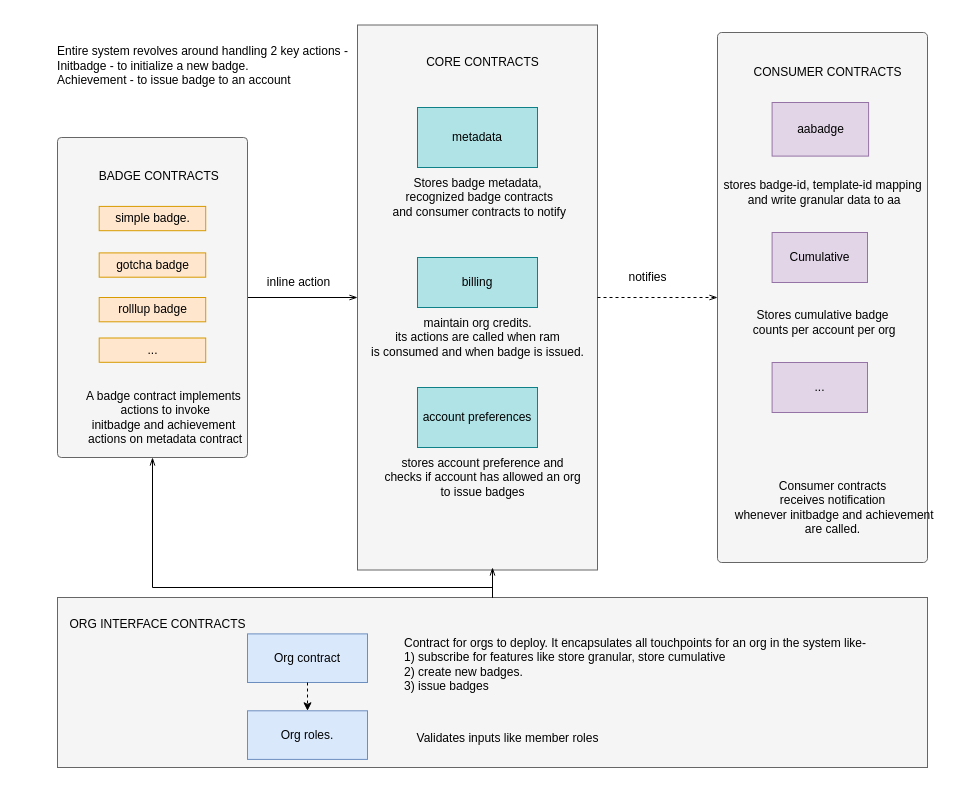
The draw.io diagram eosiobadges.drawio in iamcodingbot/eosiobadges, before the edit. Source tidied: cells renumbered, new cells numbered last; positions are measured from the earlier drawing's top-left corner, leaving out a move shared by most shapes. Both pictures are drawn from the tidied source at 100%, with x=0, y=0 at pixel (47, 25).
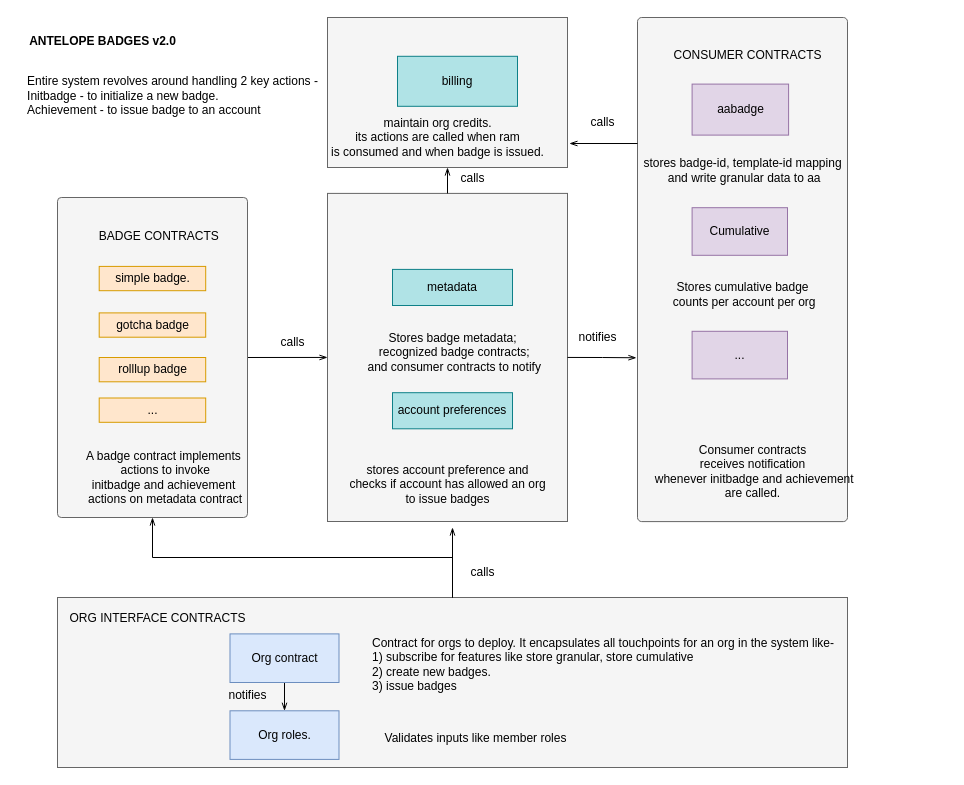
The same diagram, later.

Unchanged cells that the change refers to:
```xml
<mxCell id="5" style="rounded=1;whiteSpace=wrap;html=1;arcSize=2;fillColor=#f5f5f5;fontColor=#333333;strokeColor=#666666;" parent="4" vertex="1">
  <mxGeometry width="190" height="320" as="geometry" />
</mxCell>
```

What changed in the source:
```diff
@@
+    <mxCell id="43" style="rounded=0;whiteSpace=wrap;html=1;glass=0;strokeWidth=1;arcSize=2;fillColor=#f5f5f5;fontColor=#333333;strokeColor=#666666;" parent="1" vertex="1">
+      <mxGeometry x="280" y="-8" width="240" height="150" as="geometry" />
+    </mxCell>
@@
     <mxCell id="3" value="&lt;div style=&quot;text-align: left;&quot;&gt;&lt;span style=&quot;background-color: initial;&quot;&gt;Entire system revolves around handling 2 key actions -&lt;br&gt;Initbadge - to initialize a new badge.&lt;/span&gt;&lt;br&gt;&lt;/div&gt;&lt;div style=&quot;text-align: left;&quot;&gt;&lt;span style=&quot;background-color: initial;&quot;&gt;Achievement - to issue badge to an account&lt;br&gt;&lt;br&gt;&lt;br&gt;&amp;nbsp;&lt;/span&gt;&lt;/div&gt;" style="text;html=1;align=center;verticalAlign=middle;strokeColor=none;fillColor=none;" parent="1" vertex="1">
-      <mxGeometry y="12" width="310" height="100" as="geometry" />
+      <mxGeometry x="-30" y="42" width="310" height="100" as="geometry" />
     </mxCell>
     <mxCell id="4" style="group;" parent="1" vertex="1">
-      <mxGeometry x="10" y="112" width="195.7" height="320" as="geometry" />
+      <mxGeometry x="10" y="172" width="195.7" height="320" as="geometry" />
     </mxCell>
@@
     <mxCell id="12" style="group;" parent="1" vertex="1">
-      <mxGeometry x="670" y="7" width="230" height="530" as="geometry" />
+      <mxGeometry x="590" y="-8" width="230" height="504.1" as="geometry" />
     </mxCell>
     <mxCell id="13" style="rounded=1;whiteSpace=wrap;html=1;glass=0;strokeWidth=1;arcSize=2;fillColor=#f5f5f5;fontColor=#333333;strokeColor=#666666;" parent="12" vertex="1">
-      <mxGeometry width="210" height="530" as="geometry" />
+      <mxGeometry width="210" height="504.1" as="geometry" />
     </mxCell>
     <mxCell id="14" value="aabadge" style="rounded=0;whiteSpace=wrap;html=1;fillColor=#e1d5e7;strokeColor=#9673a6;" parent="12" vertex="1">
-      <mxGeometry x="54.6" y="70" width="96.5" height="53.6" as="geometry" />
+      <mxGeometry x="54.6" y="66.6" width="96.5" height="51" as="geometry" />
     </mxCell>
     <mxCell id="15" value="Cumulative" style="rounded=0;whiteSpace=wrap;html=1;fillColor=#e1d5e7;strokeColor=#9673a6;" parent="12" vertex="1">
-      <mxGeometry x="54.6" y="200" width="95.4" height="50" as="geometry" />
+      <mxGeometry x="54.6" y="190.2" width="95.4" height="47.6" as="geometry" />
     </mxCell>
     <mxCell id="16" value="stores badge-id, template-id mapping&lt;br&gt;&amp;nbsp;and write granular data to aa" style="text;html=1;align=center;verticalAlign=middle;strokeColor=none;fillColor=none;" parent="12" vertex="1">
-      <mxGeometry x="-5" y="140" width="220" height="40" as="geometry" />
+      <mxGeometry x="-5" y="133.1" width="220" height="40" as="geometry" />
     </mxCell>
     <mxCell id="17" value="Stores cumulative badge&lt;br&gt;&amp;nbsp;counts per account per org" style="text;html=1;align=center;verticalAlign=middle;strokeColor=none;fillColor=none;" parent="12" vertex="1">
-      <mxGeometry x="20" y="270" width="170" height="40" as="geometry" />
+      <mxGeometry x="20" y="256.8" width="170" height="40" as="geometry" />
     </mxCell>
     <mxCell id="18" value="CONSUMER CONTRACTS" style="text;html=1;align=center;verticalAlign=middle;strokeColor=none;fillColor=none;" parent="12" vertex="1">
-      <mxGeometry x="25.2" y="24.7" width="170" height="30" as="geometry" />
+      <mxGeometry x="25.2" y="23.4" width="170" height="30" as="geometry" />
     </mxCell>
     <mxCell id="19" value="&lt;span style=&quot;&quot;&gt;Consumer contracts &lt;br&gt;receives notification&lt;br&gt;&amp;nbsp;whenever initbadge and achievement &lt;br&gt;are called.&lt;/span&gt;" style="text;html=1;align=center;verticalAlign=middle;strokeColor=none;fillColor=none;" parent="12" vertex="1">
-      <mxGeometry y="440" width="230" height="70" as="geometry" />
+      <mxGeometry y="418.5" width="230" height="70" as="geometry" />
     </mxCell>
     <mxCell id="20" value="..." style="rounded=0;whiteSpace=wrap;html=1;fillColor=#e1d5e7;strokeColor=#9673a6;" parent="12" vertex="1">
-      <mxGeometry x="54.6" y="330" width="95.4" height="50" as="geometry" />
+      <mxGeometry x="54.6" y="313.8" width="95.4" height="47.6" as="geometry" />
     </mxCell>
     <mxCell id="21" style="group;" parent="1" vertex="1">
-      <mxGeometry x="310" y="-0.5" width="240" height="545" as="geometry" />
+      <mxGeometry x="280" y="167.9" width="240" height="328.1" as="geometry" />
     </mxCell>
     <mxCell id="22" style="rounded=0;whiteSpace=wrap;html=1;glass=0;strokeWidth=1;arcSize=2;fillColor=#f5f5f5;fontColor=#333333;strokeColor=#666666;" parent="21" vertex="1">
-      <mxGeometry width="240" height="545" as="geometry" />
+      <mxGeometry width="240" height="328.1" as="geometry" />
     </mxCell>
     <mxCell id="23" value="account preferences" style="rounded=0;whiteSpace=wrap;html=1;fillColor=#b0e3e6;strokeColor=#0e8088;" parent="21" vertex="1">
-      <mxGeometry x="60" y="362.5" width="120" height="60" as="geometry" />
+      <mxGeometry x="65" y="199.3" width="120" height="36.1" as="geometry" />
     </mxCell>
     <mxCell id="24" value="stores account preference and&lt;br&gt;&amp;nbsp;checks if account has allowed an org&amp;nbsp;&lt;br&gt;to issue badges" style="text;html=1;align=center;verticalAlign=middle;strokeColor=none;fillColor=none;" parent="21" vertex="1">
-      <mxGeometry x="10" y="422.5" width="230" height="60" as="geometry" />
+      <mxGeometry x="5" y="261" width="230" height="60" as="geometry" />
     </mxCell>
-    <mxCell id="25" value="maintain org credits. &lt;br&gt;its actions are called when ram&lt;br&gt;is consumed and when badge is issued." style="text;html=1;align=center;verticalAlign=middle;strokeColor=none;fillColor=none;" parent="21" vertex="1">
-      <mxGeometry y="282.5" width="240" height="60" as="geometry" />
-    </mxCell>
-    <mxCell id="26" value="billing" style="rounded=0;whiteSpace=wrap;html=1;fillColor=#b0e3e6;strokeColor=#0e8088;" parent="21" vertex="1">
-      <mxGeometry x="60" y="232.5" width="120" height="50" as="geometry" />
-    </mxCell>
     <mxCell id="27" value="metadata" style="rounded=0;whiteSpace=wrap;html=1;glass=0;strokeWidth=1;fillColor=#b0e3e6;strokeColor=#0e8088;" parent="21" vertex="1">
-      <mxGeometry x="60" y="82.5" width="120" height="60" as="geometry" />
+      <mxGeometry x="65" y="76" width="120" height="36.1" as="geometry" />
     </mxCell>
-    <mxCell id="28" value="Stores badge metadata,&lt;br&gt;&amp;nbsp;recognized badge contracts&lt;br&gt;&amp;nbsp;and consumer contracts to notify" style="text;html=1;align=center;verticalAlign=middle;strokeColor=none;fillColor=none;" parent="21" vertex="1">
-      <mxGeometry x="20" y="142.5" width="200" height="60" as="geometry" />
+    <mxCell id="28" value="Stores badge metadata;&lt;br&gt;&amp;nbsp;recognized badge contracts;&lt;br&gt;&amp;nbsp;and consumer contracts to notify" style="text;html=1;align=center;verticalAlign=middle;strokeColor=none;fillColor=none;" parent="21" vertex="1">
+      <mxGeometry x="25" y="128.8" width="200" height="60" as="geometry" />
     </mxCell>
-    <mxCell id="29" value="CORE CONTRACTS" style="text;html=1;align=center;verticalAlign=middle;strokeColor=none;fillColor=none;" parent="21" vertex="1">
-      <mxGeometry x="55" y="22.5" width="140" height="30" as="geometry" />
-    </mxCell>
-    <mxCell id="30" value="inline action" style="text;html=1;align=center;verticalAlign=middle;strokeColor=none;fillColor=none;" parent="1" vertex="1">
-      <mxGeometry x="205.7" y="242" width="90" height="30" as="geometry" />
+    <mxCell id="30" value="calls" style="text;html=1;align=center;verticalAlign=middle;strokeColor=none;fillColor=none;" parent="1" vertex="1">
+      <mxGeometry x="220" y="302" width="50" height="30" as="geometry" />
     </mxCell>
-    <mxCell id="31" style="edgeStyle=orthogonalEdgeStyle;rounded=0;jettySize=auto;html=1;exitX=1;exitY=0.5;exitDx=0;exitDy=0;entryX=0;entryY=0.5;entryDx=0;entryDy=0;dashed=1;endArrow=openThin;endFill=0;strokeWidth=1;" parent="1" edge="1" source="22" target="13">
-      <mxGeometry relative="1" as="geometry" />
-    </mxCell>
-    <mxCell id="32" value="notifies" style="text;html=1;align=center;verticalAlign=middle;strokeColor=none;fillColor=none;" parent="1" vertex="1">
-      <mxGeometry x="570" y="237" width="60" height="30" as="geometry" />
-    </mxCell>
     <mxCell id="33" style="group;fillColor=#f5f5f5;fontColor=#333333;strokeColor=#666666;" parent="1" vertex="1">
-      <mxGeometry x="10" y="572" width="870" height="170" as="geometry" />
+      <mxGeometry x="10" y="572" width="790" height="170" as="geometry" />
     </mxCell>
     <mxCell id="34" style="rounded=0;whiteSpace=wrap;html=1;glass=0;strokeWidth=1;fillColor=#f5f5f5;fontColor=#333333;strokeColor=#666666;" parent="33" vertex="1">
-      <mxGeometry width="870" height="170" as="geometry" />
+      <mxGeometry width="790" height="170" as="geometry" />
     </mxCell>
+    <mxCell id="40" style="edgeStyle=orthogonalEdgeStyle;rounded=0;jettySize=auto;html=1;exitX=0.5;exitY=1;exitDx=0;exitDy=0;entryX=0.5;entryY=0;entryDx=0;entryDy=0;endArrow=openThin;endFill=0;strokeWidth=1;" parent="33" edge="1" source="35" target="36">
+      <mxGeometry relative="1" as="geometry" />
+    </mxCell>
     <mxCell id="35" value="Org contract" style="rounded=0;whiteSpace=wrap;html=1;fillColor=#dae8fc;strokeColor=#6c8ebf;" parent="33" vertex="1">
-      <mxGeometry x="190" y="36.4" width="120" height="48.6" as="geometry" />
+      <mxGeometry x="172.5" y="36.4" width="109" height="48.6" as="geometry" />
     </mxCell>
     <mxCell id="36" value="Org roles." style="rounded=0;whiteSpace=wrap;html=1;fillColor=#dae8fc;strokeColor=#6c8ebf;" parent="33" vertex="1">
-      <mxGeometry x="190" y="113.3" width="120" height="48.6" as="geometry" />
+      <mxGeometry x="172.5" y="113.3" width="109" height="48.6" as="geometry" />
     </mxCell>
     <mxCell id="37" value="Contract for orgs to deploy. It encapsulates all touchpoints for an org in the system like-&lt;br&gt;&lt;div style=&quot;&quot;&gt;&lt;span style=&quot;background-color: initial;&quot;&gt;1) subscribe for features like store granular, store cumulative&lt;br&gt;2) create new badges.&lt;br&gt;3) issue badges&lt;br&gt;&lt;/span&gt;&lt;/div&gt;" style="text;html=1;align=left;verticalAlign=middle;strokeColor=none;fillColor=none;" parent="33" vertex="1">
-      <mxGeometry x="345" y="32.4" width="490" height="70" as="geometry" />
+      <mxGeometry x="313.3" y="32.4" width="490" height="70" as="geometry" />
     </mxCell>
     <mxCell id="38" value="Validates inputs like member roles" style="text;html=1;align=center;verticalAlign=middle;strokeColor=none;fillColor=none;" parent="33" vertex="1">
-      <mxGeometry x="345" y="125.5" width="210" height="30" as="geometry" />
+      <mxGeometry x="313.3" y="125.5" width="210" height="30" as="geometry" />
     </mxCell>
     <mxCell id="39" value="ORG INTERFACE CONTRACTS" style="text;html=1;align=center;verticalAlign=middle;strokeColor=none;fillColor=none;" parent="33" vertex="1">
-      <mxGeometry y="12.1" width="200" height="30" as="geometry" />
+      <mxGeometry y="6.4" width="200" height="30" as="geometry" />
     </mxCell>
-    <mxCell id="40" style="edgeStyle=orthogonalEdgeStyle;rounded=0;jettySize=auto;html=1;exitX=0.5;exitY=1;exitDx=0;exitDy=0;entryX=0.5;entryY=0;entryDx=0;entryDy=0;dashed=1;" parent="33" edge="1" source="35" target="36">
-      <mxGeometry relative="1" as="geometry" />
-    </mxCell>
-    <mxCell id="41" style="edgeStyle=orthogonalEdgeStyle;rounded=0;jettySize=auto;html=1;exitX=0.5;exitY=0;exitDx=0;exitDy=0;endArrow=openThin;endFill=0;strokeWidth=1;" parent="1" edge="1" source="34">
-      <mxGeometry relative="1" as="geometry">
-        <mxPoint x="445" y="542" as="targetPoint" />
-      </mxGeometry>
-    </mxCell>
+    <mxCell id="44" value="notifies" style="text;html=1;align=center;verticalAlign=middle;strokeColor=none;fillColor=none;" parent="33" vertex="1">
+      <mxGeometry x="160" y="83.3" width="60" height="30" as="geometry" />
+    </mxCell>
+    <mxCell id="25" value="maintain org credits. &lt;br&gt;its actions are called when ram&lt;br&gt;is consumed and when badge is issued." style="text;html=1;align=center;verticalAlign=middle;strokeColor=none;fillColor=none;" parent="1" vertex="1">
+      <mxGeometry x="270" y="82" width="240" height="60" as="geometry" />
+    </mxCell>
+    <mxCell id="26" value="billing" style="rounded=0;whiteSpace=wrap;html=1;fillColor=#b0e3e6;strokeColor=#0e8088;" parent="1" vertex="1">
+      <mxGeometry x="350" y="30.8" width="120" height="50" as="geometry" />
+    </mxCell>
+    <mxCell id="45" style="edgeStyle=orthogonalEdgeStyle;rounded=0;jettySize=auto;html=1;exitX=0.5;exitY=0;exitDx=0;exitDy=0;entryX=0.5;entryY=1;entryDx=0;entryDy=0;endArrow=openThin;endFill=0;strokeWidth=1;" parent="1" edge="1" source="22" target="43">
+      <mxGeometry relative="1" as="geometry" />
+    </mxCell>
+    <mxCell id="31" style="edgeStyle=orthogonalEdgeStyle;rounded=0;jettySize=auto;html=1;exitX=1;exitY=0.5;exitDx=0;exitDy=0;entryX=-0.005;entryY=0.675;entryDx=0;entryDy=0;entryPerimeter=0;endArrow=openThin;endFill=0;strokeWidth=1;" parent="1" edge="1" source="22" target="13">
+      <mxGeometry relative="1" as="geometry" />
+    </mxCell>
+    <mxCell id="46" style="edgeStyle=orthogonalEdgeStyle;rounded=0;jettySize=auto;html=1;exitX=0;exitY=0.25;exitDx=0;exitDy=0;entryX=1.008;entryY=0.84;entryDx=0;entryDy=0;entryPerimeter=0;endArrow=openThin;endFill=0;strokeWidth=1;" parent="1" edge="1" source="13" target="43">
+      <mxGeometry relative="1" as="geometry" />
+    </mxCell>
+    <mxCell id="47" style="edgeStyle=orthogonalEdgeStyle;rounded=0;jettySize=auto;html=1;exitX=0.5;exitY=0;exitDx=0;exitDy=0;endArrow=openThin;endFill=0;strokeWidth=1;" parent="1" edge="1" source="34">
+      <mxGeometry relative="1" as="geometry">
+        <mxPoint x="405" y="502" as="targetPoint" />
+      </mxGeometry>
+    </mxCell>
     <mxCell id="42" style="edgeStyle=orthogonalEdgeStyle;rounded=0;jettySize=auto;html=1;exitX=0.5;exitY=0;exitDx=0;exitDy=0;entryX=0.5;entryY=1;entryDx=0;entryDy=0;endArrow=openThin;endFill=0;strokeWidth=1;" parent="1" edge="1" source="34" target="5">
-      <mxGeometry relative="1" as="geometry">
-        <Array as="points">
-          <mxPoint x="445" y="562" />
-          <mxPoint x="105" y="562" />
-        </Array>
-      </mxGeometry>
+      <mxGeometry relative="1" as="geometry" />
     </mxCell>
+    <mxCell id="48" value="notifies" style="text;html=1;align=center;verticalAlign=middle;strokeColor=none;fillColor=none;" parent="1" vertex="1">
+      <mxGeometry x="520" y="297" width="60" height="30" as="geometry" />
+    </mxCell>
+    <mxCell id="49" value="calls" style="text;html=1;align=center;verticalAlign=middle;strokeColor=none;fillColor=none;" parent="1" vertex="1">
+      <mxGeometry x="530" y="82" width="50" height="30" as="geometry" />
+    </mxCell>
+    <mxCell id="50" value="calls" style="text;html=1;align=center;verticalAlign=middle;strokeColor=none;fillColor=none;" parent="1" vertex="1">
+      <mxGeometry x="400" y="137.9" width="50" height="30" as="geometry" />
+    </mxCell>
+    <mxCell id="51" value="calls" style="text;html=1;align=center;verticalAlign=middle;strokeColor=none;fillColor=none;" parent="1" vertex="1">
+      <mxGeometry x="410" y="532" width="50" height="30" as="geometry" />
+    </mxCell>
+    <mxCell id="52" value="&lt;b&gt;ANTELOPE BADGES v2.0&lt;/b&gt;" style="text;html=1;align=center;verticalAlign=middle;strokeColor=none;fillColor=none;" parent="1" vertex="1">
+      <mxGeometry x="-30" y="0.8" width="170" height="30" as="geometry" />
+    </mxCell>
```
